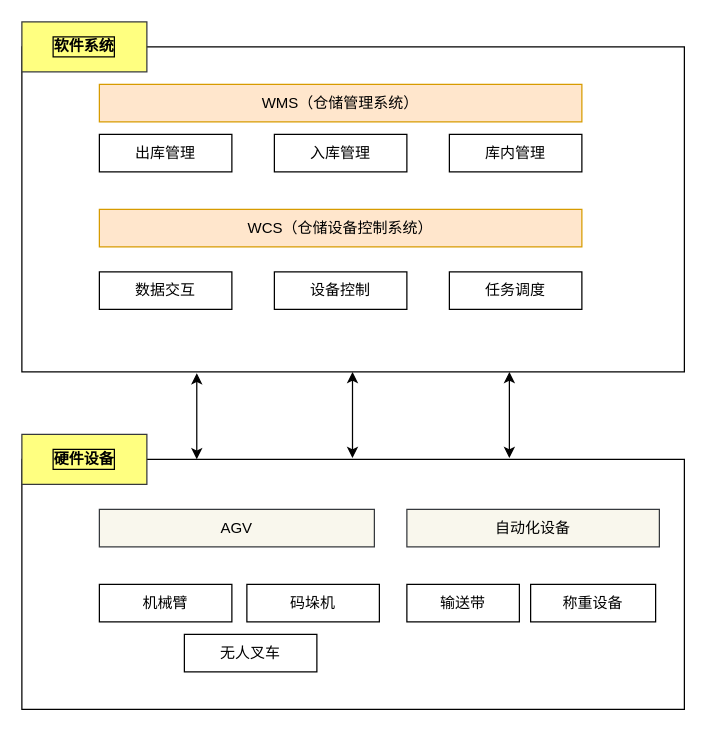
Before: 未命名绘图.drawio in Drum-sys/samples, a draw.io diagram. Source tidied: cells renumbered, new cells numbered last; positions are measured from the earlier drawing's top-left corner, leaving out a move shared by most shapes. Both pictures are drawn from the tidied source at 125%, with x=0, y=0 at pixel (21, 21).
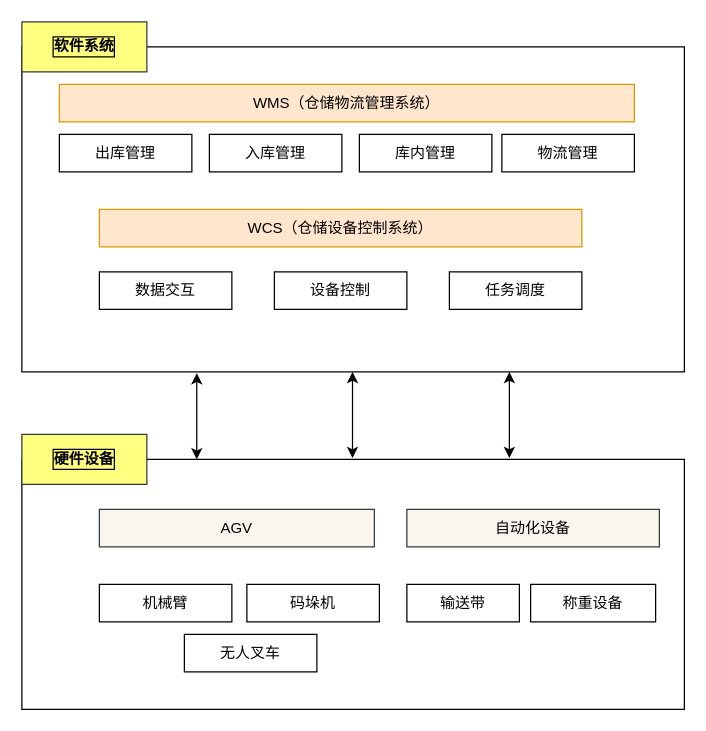
Above is the later version.

What changed in the source:
```diff
@@
-    <mxCell id="3" value="&lt;div&gt;WMS（仓储管理系统）&lt;/div&gt;" style="rounded=0;whiteSpace=wrap;html=1;fillColor=#ffe6cc;strokeColor=#d79b00;" parent="1" vertex="1">
-      <mxGeometry x="62" y="50" width="386" height="30" as="geometry" />
+    <mxCell id="3" value="&lt;div&gt;WMS（仓储物流管理系统）&lt;/div&gt;" style="rounded=0;whiteSpace=wrap;html=1;fillColor=#ffe6cc;strokeColor=#d79b00;" parent="1" vertex="1">
+      <mxGeometry x="30" y="50" width="460" height="30" as="geometry" />
     </mxCell>
     <mxCell id="4" value="出库管理" style="rounded=0;whiteSpace=wrap;html=1;" parent="1" vertex="1">
-      <mxGeometry x="62" y="90" width="106" height="30" as="geometry" />
+      <mxGeometry x="30" y="90" width="106" height="30" as="geometry" />
     </mxCell>
     <mxCell id="5" value="入库管理" style="rounded=0;whiteSpace=wrap;html=1;" parent="1" vertex="1">
-      <mxGeometry x="202" y="90" width="106" height="30" as="geometry" />
+      <mxGeometry x="150" y="90" width="106" height="30" as="geometry" />
     </mxCell>
     <mxCell id="6" value="库内管理" style="rounded=0;whiteSpace=wrap;html=1;" parent="1" vertex="1">
-      <mxGeometry x="342" y="90" width="106" height="30" as="geometry" />
+      <mxGeometry x="270" y="90" width="106" height="30" as="geometry" />
     </mxCell>
@@
+    <mxCell id="24" value="物流管理" style="rounded=0;whiteSpace=wrap;html=1;" parent="1" vertex="1">
+      <mxGeometry x="384" y="90" width="106" height="30" as="geometry" />
+    </mxCell>
```
